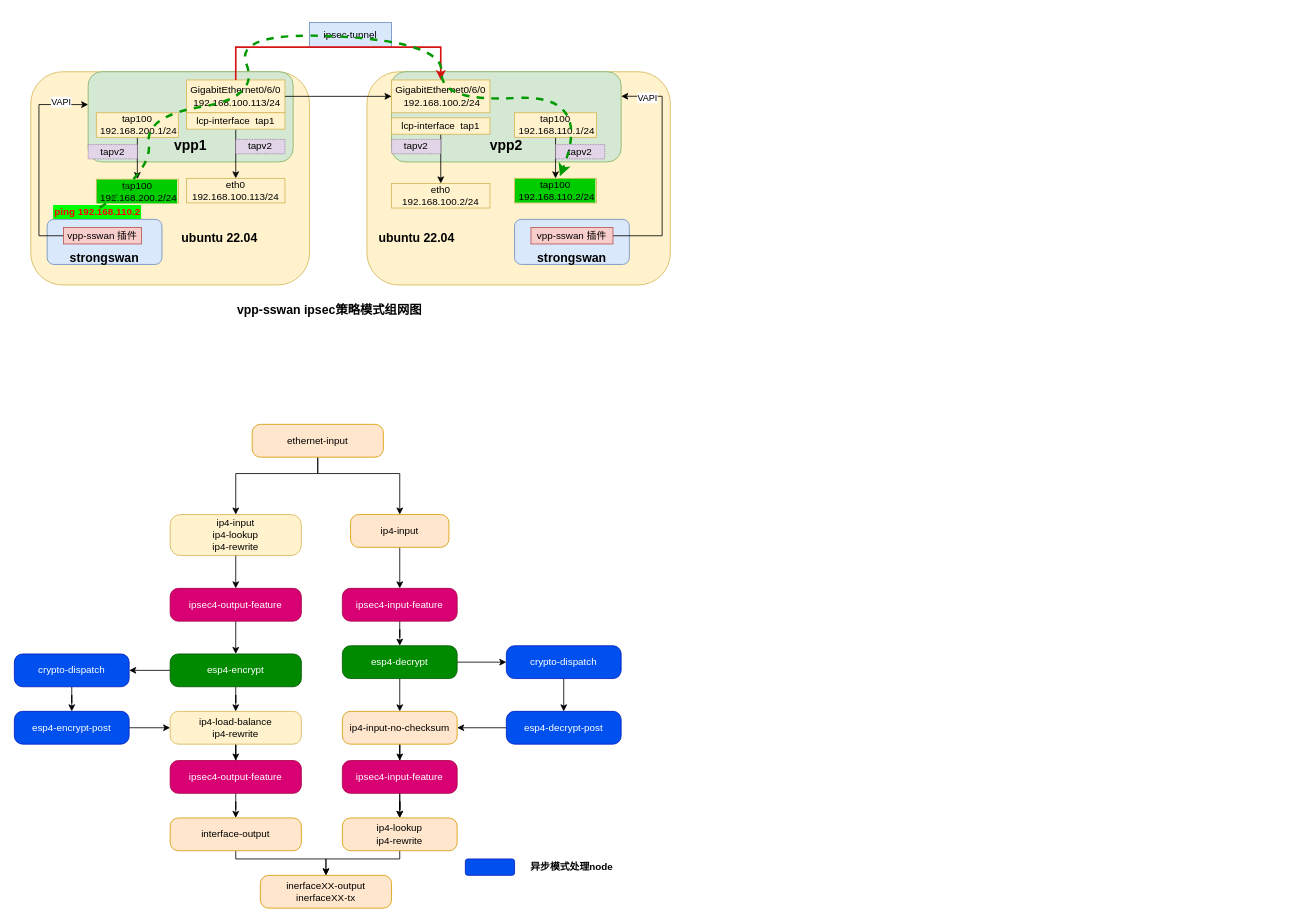
Before: new_map/strongswan-vpp.drawio in jin13417/dpdk-vpp-learning, a draw.io diagram. Source tidied: cells renumbered, new cells numbered last; positions are measured from the earlier drawing's top-left corner, leaving out a move shared by most shapes. Both pictures are drawn from the tidied source at 82%, with x=0, y=0 at pixel (14, 22).
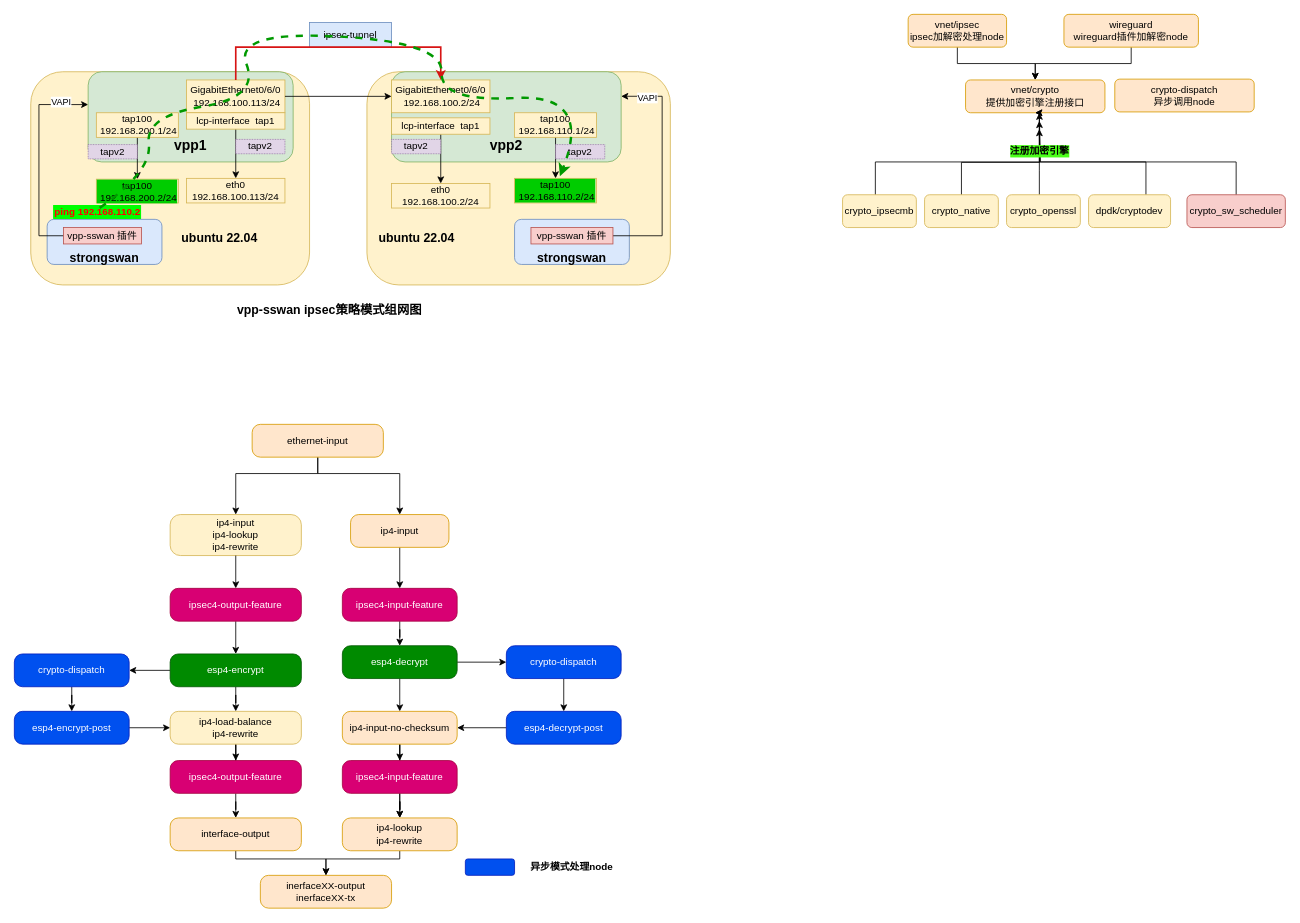
After the change.

The edit, as a diff of the source:
```diff
@@
+    <mxCell id="79" value="vnet/crypto&lt;br&gt;提供加密引擎注册接口" style="rounded=1;whiteSpace=wrap;html=1;fillColor=#ffe6cc;strokeColor=#d79b00;" parent="1" vertex="1">
+      <mxGeometry x="1160" y="70" width="170" height="40" as="geometry" />
+    </mxCell>
+    <mxCell id="80" style="edgeStyle=orthogonalEdgeStyle;rounded=0;jettySize=auto;html=1;entryX=0.5;entryY=1;entryDx=0;entryDy=0;" parent="1" edge="1" source="81" target="79">
+      <mxGeometry relative="1" as="geometry">
+        <Array as="points">
+          <mxPoint x="1050" y="170" />
+          <mxPoint x="1250" y="170" />
+        </Array>
+      </mxGeometry>
+    </mxCell>
+    <mxCell id="81" value="crypto_ipsecmb" style="rounded=1;whiteSpace=wrap;html=1;fillColor=#fff2cc;strokeColor=#d6b656;" parent="1" vertex="1">
+      <mxGeometry x="1010" y="210" width="90" height="40" as="geometry" />
+    </mxCell>
+    <mxCell id="82" style="edgeStyle=orthogonalEdgeStyle;rounded=0;jettySize=auto;html=1;exitX=0.5;exitY=0;exitDx=0;exitDy=0;" parent="1" edge="1" source="83">
+      <mxGeometry relative="1" as="geometry">
+        <mxPoint x="1250" y="130" as="targetPoint" />
+      </mxGeometry>
+    </mxCell>
+    <mxCell id="83" value="crypto_native" style="rounded=1;whiteSpace=wrap;html=1;fillColor=#fff2cc;strokeColor=#d6b656;" parent="1" vertex="1">
+      <mxGeometry x="1110" y="210" width="90" height="40" as="geometry" />
+    </mxCell>
+    <mxCell id="84" style="edgeStyle=orthogonalEdgeStyle;rounded=0;jettySize=auto;html=1;" parent="1" edge="1" source="85">
+      <mxGeometry relative="1" as="geometry">
+        <mxPoint x="1250" y="120" as="targetPoint" />
+        <Array as="points">
+          <mxPoint x="1490" y="170" />
+          <mxPoint x="1251" y="170" />
+        </Array>
+      </mxGeometry>
+    </mxCell>
+    <mxCell id="85" value="crypto_sw_scheduler" style="rounded=1;whiteSpace=wrap;html=1;fillColor=#f8cecc;strokeColor=#b85450;" parent="1" vertex="1">
+      <mxGeometry x="1430" y="210" width="120" height="40" as="geometry" />
+    </mxCell>
+    <mxCell id="86" style="edgeStyle=orthogonalEdgeStyle;rounded=0;jettySize=auto;html=1;entryX=0.5;entryY=1;entryDx=0;entryDy=0;" parent="1" edge="1" source="87" target="79">
+      <mxGeometry relative="1" as="geometry">
+        <Array as="points">
+          <mxPoint x="1250" y="180" />
+          <mxPoint x="1250" y="180" />
+        </Array>
+      </mxGeometry>
+    </mxCell>
+    <mxCell id="87" value="crypto_openssl" style="rounded=1;whiteSpace=wrap;html=1;fillColor=#fff2cc;strokeColor=#d6b656;" parent="1" vertex="1">
+      <mxGeometry x="1210" y="210" width="90" height="40" as="geometry" />
+    </mxCell>
+    <mxCell id="88" style="edgeStyle=orthogonalEdgeStyle;rounded=0;jettySize=auto;html=1;" parent="1" edge="1" source="90">
+      <mxGeometry relative="1" as="geometry">
+        <mxPoint x="1250" y="110" as="targetPoint" />
+        <Array as="points">
+          <mxPoint x="1380" y="170" />
+          <mxPoint x="1251" y="170" />
+        </Array>
+      </mxGeometry>
+    </mxCell>
+    <mxCell id="89" value="注册加密引擎" style="edgeLabel;html=1;align=center;verticalAlign=middle;fontStyle=1;fontSize=12;labelBackgroundColor=#4bff1a;" parent="88" vertex="1">
+      <mxGeometry x="0.6" y="1" relative="1" as="geometry" />
+    </mxCell>
+    <mxCell id="90" value="dpdk/cryptodev" style="rounded=1;whiteSpace=wrap;html=1;fillColor=#fff2cc;strokeColor=#d6b656;" parent="1" vertex="1">
+      <mxGeometry x="1310" y="210" width="100" height="40" as="geometry" />
+    </mxCell>
+    <mxCell id="91" style="edgeStyle=orthogonalEdgeStyle;rounded=0;jettySize=auto;html=1;entryX=0.5;entryY=0;entryDx=0;entryDy=0;" parent="1" edge="1" source="92" target="79">
+      <mxGeometry relative="1" as="geometry" />
+    </mxCell>
+    <mxCell id="92" value="vnet/ipsec&lt;br&gt;ipsec加解密处理node" style="rounded=1;whiteSpace=wrap;html=1;fillColor=#ffe6cc;strokeColor=#d79b00;" parent="1" vertex="1">
+      <mxGeometry x="1090" y="-10" width="120" height="40" as="geometry" />
+    </mxCell>
+    <mxCell id="93" style="edgeStyle=orthogonalEdgeStyle;rounded=0;jettySize=auto;html=1;entryX=0.5;entryY=0;entryDx=0;entryDy=0;" parent="1" edge="1" source="94" target="79">
+      <mxGeometry relative="1" as="geometry" />
+    </mxCell>
+    <mxCell id="94" value="wireguard&lt;br&gt;wireguard插件加解密node" style="rounded=1;whiteSpace=wrap;html=1;fillColor=#ffe6cc;strokeColor=#d79b00;" parent="1" vertex="1">
+      <mxGeometry x="1280" y="-10" width="164" height="40" as="geometry" />
+    </mxCell>
+    <mxCell id="95" value="crypto-dispatch&lt;br&gt;异步调用node" style="rounded=1;whiteSpace=wrap;html=1;fillColor=#ffe6cc;strokeColor=#d79b00;" parent="1" vertex="1">
+      <mxGeometry x="1342" y="69" width="170" height="40" as="geometry" />
+    </mxCell>
```
